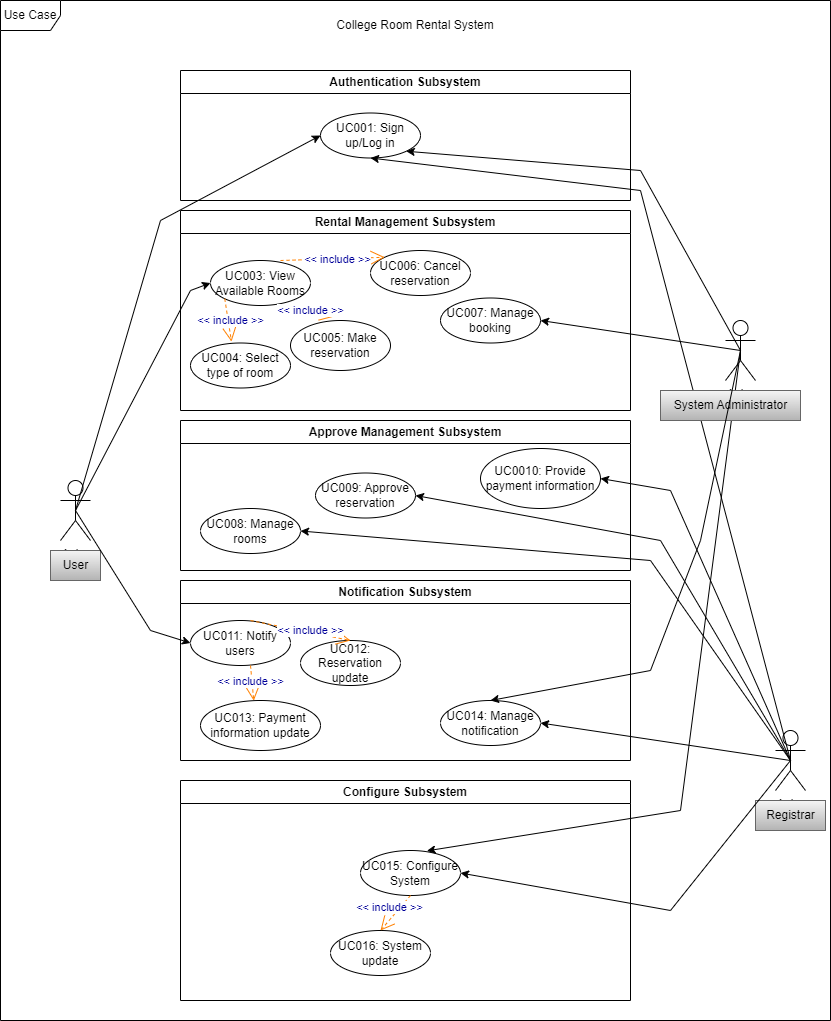
Before: project/drawio/Alpha/useCasediagram.drawio.png, a diagram exported from draw.io (drshahizan/software-engineering). Source tidied: cells renumbered, new cells last; positions are measured from the earlier drawing's top-left corner, leaving out a move shared by most shapes.
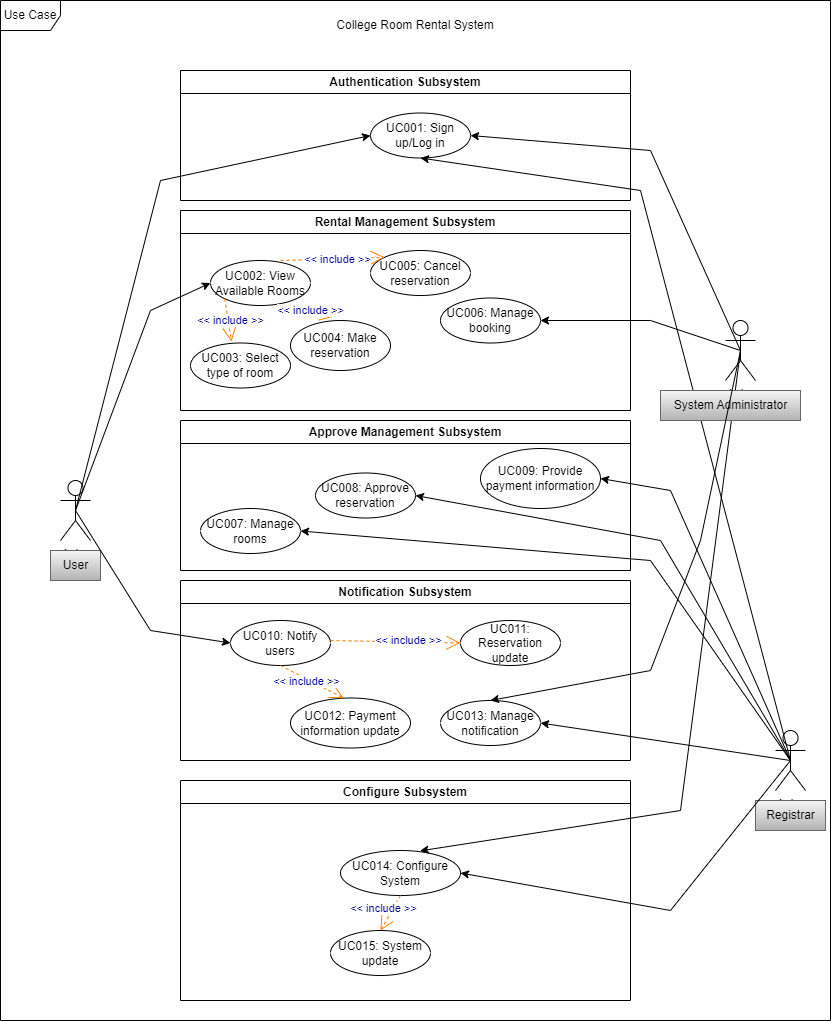
Above is the later version.

Diff of the diagram source:
```diff
@@ -12,24 +12,24 @@
       <mxGeometry x="180" y="70" width="450" height="130" as="geometry" />
     </mxCell>
     <mxCell id="5" value="UC001: Sign up/Log in" style="ellipse;whiteSpace=wrap;html=1;" parent="4" vertex="1">
-      <mxGeometry x="140" y="42.5" width="100" height="45" as="geometry" />
+      <mxGeometry x="190" y="42.5" width="100" height="45" as="geometry" />
     </mxCell>
     <mxCell id="6" value="Rental Management Subsystem" style="swimlane;whiteSpace=wrap;html=1;" parent="1" vertex="1">
       <mxGeometry x="180" y="210" width="450" height="200" as="geometry" />
     </mxCell>
-    <mxCell id="7" value="UC003: View Available Rooms" style="ellipse;whiteSpace=wrap;html=1;" parent="6" vertex="1">
+    <mxCell id="7" value="UC002: View Available Rooms" style="ellipse;whiteSpace=wrap;html=1;" parent="6" vertex="1">
       <mxGeometry x="30" y="50" width="100" height="45" as="geometry" />
     </mxCell>
-    <mxCell id="8" value="UC005: Make reservation" style="ellipse;whiteSpace=wrap;html=1;" parent="6" vertex="1">
+    <mxCell id="8" value="UC004: Make reservation" style="ellipse;whiteSpace=wrap;html=1;" parent="6" vertex="1">
       <mxGeometry x="110" y="110" width="100" height="50" as="geometry" />
     </mxCell>
-    <mxCell id="9" value="UC004: Select type of room" style="ellipse;whiteSpace=wrap;html=1;" parent="6" vertex="1">
+    <mxCell id="9" value="UC003: Select type of room" style="ellipse;whiteSpace=wrap;html=1;" parent="6" vertex="1">
       <mxGeometry x="10" y="132.5" width="100" height="45" as="geometry" />
     </mxCell>
-    <mxCell id="10" value="UC006: Cancel reservation" style="ellipse;whiteSpace=wrap;html=1;" parent="6" vertex="1">
+    <mxCell id="10" value="UC005: Cancel reservation" style="ellipse;whiteSpace=wrap;html=1;" parent="6" vertex="1">
       <mxGeometry x="190" y="40" width="100" height="45" as="geometry" />
     </mxCell>
-    <mxCell id="11" value="UC007: Manage booking" style="ellipse;whiteSpace=wrap;html=1;" parent="6" vertex="1">
+    <mxCell id="11" value="UC006: Manage booking" style="ellipse;whiteSpace=wrap;html=1;" parent="6" vertex="1">
       <mxGeometry x="260" y="87.5" width="100" height="45" as="geometry" />
     </mxCell>
     <mxCell id="12" value="&amp;lt;&amp;lt; include &amp;gt;&amp;gt;" style="endArrow=open;endSize=12;dashed=1;html=1;entryX=0;entryY=0;fontColor=#000099;strokeColor=#FF8000;entryDx=0;entryDy=0;" parent="6" edge="1" target="10">
@@ -48,48 +48,47 @@
     <mxCell id="15" value="Approve Management Subsystem" style="swimlane;whiteSpace=wrap;html=1;" parent="1" vertex="1">
       <mxGeometry x="180" y="420" width="450" height="150" as="geometry" />
     </mxCell>
-    <mxCell id="16" value="UC008: Manage rooms" style="ellipse;whiteSpace=wrap;html=1;" parent="15" vertex="1">
+    <mxCell id="16" value="UC007: Manage rooms" style="ellipse;whiteSpace=wrap;html=1;" parent="15" vertex="1">
       <mxGeometry x="20" y="88" width="100" height="45" as="geometry" />
     </mxCell>
-    <mxCell id="17" value="UC009: Approve reservation" style="ellipse;whiteSpace=wrap;html=1;" parent="15" vertex="1">
+    <mxCell id="17" value="UC008: Approve reservation" style="ellipse;whiteSpace=wrap;html=1;" parent="15" vertex="1">
       <mxGeometry x="135" y="52.5" width="100" height="45" as="geometry" />
     </mxCell>
-    <mxCell id="18" value="UC0010: Provide payment information" style="ellipse;whiteSpace=wrap;html=1;" parent="15" vertex="1">
+    <mxCell id="18" value="UC009: Provide payment information" style="ellipse;whiteSpace=wrap;html=1;" parent="15" vertex="1">
       <mxGeometry x="300" y="28" width="120" height="60" as="geometry" />
     </mxCell>
     <mxCell id="19" value="Notification Subsystem" style="swimlane;whiteSpace=wrap;html=1;" parent="1" vertex="1">
       <mxGeometry x="180" y="580" width="450" height="180" as="geometry" />
     </mxCell>
-    <mxCell id="20" value="UC011: Notify users" style="ellipse;whiteSpace=wrap;html=1;" parent="19" vertex="1">
-      <mxGeometry x="10" y="40" width="100" height="45" as="geometry" />
+    <mxCell id="20" value="UC010: Notify users" style="ellipse;whiteSpace=wrap;html=1;" parent="19" vertex="1">
+      <mxGeometry x="50" y="40" width="100" height="45" as="geometry" />
     </mxCell>
-    <mxCell id="21" value="UC013: Payment information update" style="ellipse;whiteSpace=wrap;html=1;" parent="19" vertex="1">
-      <mxGeometry x="20" y="120" width="120" height="50" as="geometry" />
+    <mxCell id="21" value="UC012: Payment information update" style="ellipse;whiteSpace=wrap;html=1;" parent="19" vertex="1">
+      <mxGeometry x="110" y="117.5" width="120" height="50" as="geometry" />
     </mxCell>
-    <mxCell id="22" value="UC012: Reservation update" style="ellipse;whiteSpace=wrap;html=1;" parent="19" vertex="1">
-      <mxGeometry x="120" y="60" width="100" height="45" as="geometry" />
+    <mxCell id="22" value="UC011: Reservation update" style="ellipse;whiteSpace=wrap;html=1;" parent="19" vertex="1">
+      <mxGeometry x="280" y="40" width="100" height="45" as="geometry" />
     </mxCell>
-    <mxCell id="23" value="UC014: Manage notification" style="ellipse;whiteSpace=wrap;html=1;" parent="19" vertex="1">
+    <mxCell id="23" value="UC013: Manage notification" style="ellipse;whiteSpace=wrap;html=1;" parent="19" vertex="1">
       <mxGeometry x="260" y="120" width="100" height="45" as="geometry" />
     </mxCell>
-    <mxCell id="24" value="&amp;lt;&amp;lt; include &amp;gt;&amp;gt;" style="endArrow=open;endSize=12;dashed=1;html=1;exitX=1;exitY=0.5;entryX=0.444;entryY=0.004;fontColor=#000099;strokeColor=#FF8000;exitDx=0;exitDy=0;entryDx=0;entryDy=0;entryPerimeter=0;" parent="19" edge="1" target="21">
+    <mxCell id="24" value="&amp;lt;&amp;lt; include &amp;gt;&amp;gt;" style="endArrow=open;endSize=12;dashed=1;html=1;exitX=0.5;exitY=1;entryX=0.444;entryY=0.004;fontColor=#000099;strokeColor=#FF8000;exitDx=0;exitDy=0;entryDx=0;entryDy=0;entryPerimeter=0;" parent="19" edge="1" source="20" target="21">
       <mxGeometry x="-0.16" y="-1" relative="1" as="geometry">
-        <mxPoint x="70" y="85" as="sourcePoint" />
         <mxPoint y="1" as="offset" />
       </mxGeometry>
     </mxCell>
-    <mxCell id="25" value="&amp;lt;&amp;lt; include &amp;gt;&amp;gt;" style="endArrow=open;endSize=12;dashed=1;html=1;exitX=1;exitY=0.5;entryX=0.5;entryY=0;fontColor=#000099;strokeColor=#FF8000;exitDx=0;exitDy=0;entryDx=0;entryDy=0;" parent="19" edge="1" target="22">
+    <mxCell id="25" value="&amp;lt;&amp;lt; include &amp;gt;&amp;gt;" style="endArrow=open;endSize=12;dashed=1;html=1;entryX=0;entryY=0.5;fontColor=#000099;strokeColor=#FF8000;entryDx=0;entryDy=0;" parent="19" edge="1" target="22">
       <mxGeometry x="0.19" y="2" relative="1" as="geometry">
-        <mxPoint x="70" y="40" as="sourcePoint" />
+        <mxPoint x="150" y="60" as="sourcePoint" />
       </mxGeometry>
     </mxCell>
     <mxCell id="26" value="Configure Subsystem" style="swimlane;whiteSpace=wrap;html=1;" parent="1" vertex="1">
       <mxGeometry x="180" y="780" width="450" height="220" as="geometry" />
     </mxCell>
-    <mxCell id="27" value="UC015: Configure System" style="ellipse;whiteSpace=wrap;html=1;" parent="26" vertex="1">
-      <mxGeometry x="180" y="70" width="100" height="45" as="geometry" />
+    <mxCell id="27" value="UC014: Configure System" style="ellipse;whiteSpace=wrap;html=1;" parent="26" vertex="1">
+      <mxGeometry x="160" y="70" width="120" height="45" as="geometry" />
     </mxCell>
-    <mxCell id="28" value="UC016: System update" style="ellipse;whiteSpace=wrap;html=1;" parent="26" vertex="1">
+    <mxCell id="28" value="UC015: System update" style="ellipse;whiteSpace=wrap;html=1;" parent="26" vertex="1">
       <mxGeometry x="150" y="150" width="100" height="45" as="geometry" />
     </mxCell>
     <mxCell id="29" value="&amp;lt;&amp;lt; include &amp;gt;&amp;gt;" style="endArrow=open;endSize=12;dashed=1;html=1;exitX=0.5;exitY=1;fontColor=#000099;strokeColor=#FF8000;exitDx=0;exitDy=0;entryX=0.5;entryY=0;entryDx=0;entryDy=0;" parent="26" edge="1" source="27" target="28">
@@ -113,14 +112,14 @@
     <mxCell id="35" style="endArrow=classic;html=1;rounded=0;exitX=0.5;exitY=0.5;exitDx=0;exitDy=0;exitPerimeter=0;entryX=0;entryY=0.5;entryDx=0;entryDy=0;" parent="1" edge="1" source="30" target="5">
       <mxGeometry relative="1" as="geometry">
         <Array as="points">
-          <mxPoint x="160" y="220" />
+          <mxPoint x="160" y="180" />
         </Array>
       </mxGeometry>
     </mxCell>
     <mxCell id="36" style="endArrow=classic;html=1;rounded=0;exitX=0.5;exitY=0.5;exitDx=0;exitDy=0;exitPerimeter=0;entryX=0;entryY=0.5;entryDx=0;entryDy=0;" parent="1" edge="1" source="30" target="7">
       <mxGeometry relative="1" as="geometry">
         <Array as="points">
-          <mxPoint x="190" y="290" />
+          <mxPoint x="150" y="310" />
         </Array>
       </mxGeometry>
     </mxCell>
@@ -131,10 +130,10 @@
         </Array>
       </mxGeometry>
     </mxCell>
-    <mxCell id="38" style="endArrow=classic;html=1;rounded=0;exitX=0.5;exitY=0.5;exitDx=0;exitDy=0;exitPerimeter=0;entryX=1;entryY=1;entryDx=0;entryDy=0;" parent="1" edge="1" source="32" target="5">
+    <mxCell id="38" style="endArrow=classic;html=1;rounded=0;exitX=0.5;exitY=0.5;exitDx=0;exitDy=0;exitPerimeter=0;entryX=1;entryY=0.5;entryDx=0;entryDy=0;" parent="1" edge="1" source="32" target="5">
       <mxGeometry relative="1" as="geometry">
         <Array as="points">
-          <mxPoint x="640" y="170" />
+          <mxPoint x="650" y="150" />
         </Array>
       </mxGeometry>
     </mxCell>
@@ -146,7 +145,11 @@
       </mxGeometry>
     </mxCell>
     <mxCell id="40" style="endArrow=classic;html=1;rounded=0;exitX=0.5;exitY=0.5;exitDx=0;exitDy=0;exitPerimeter=0;entryX=1;entryY=0.5;entryDx=0;entryDy=0;" parent="1" edge="1" source="32" target="11">
-      <mxGeometry relative="1" as="geometry" />
+      <mxGeometry relative="1" as="geometry">
+        <Array as="points">
+          <mxPoint x="650" y="320" />
+        </Array>
+      </mxGeometry>
     </mxCell>
     <mxCell id="41" style="endArrow=classic;html=1;rounded=0;exitX=0.5;exitY=0.5;exitDx=0;exitDy=0;exitPerimeter=0;entryX=1;entryY=0.5;entryDx=0;entryDy=0;" parent="1" edge="1" source="33" target="16">
       <mxGeometry relative="1" as="geometry">
```
